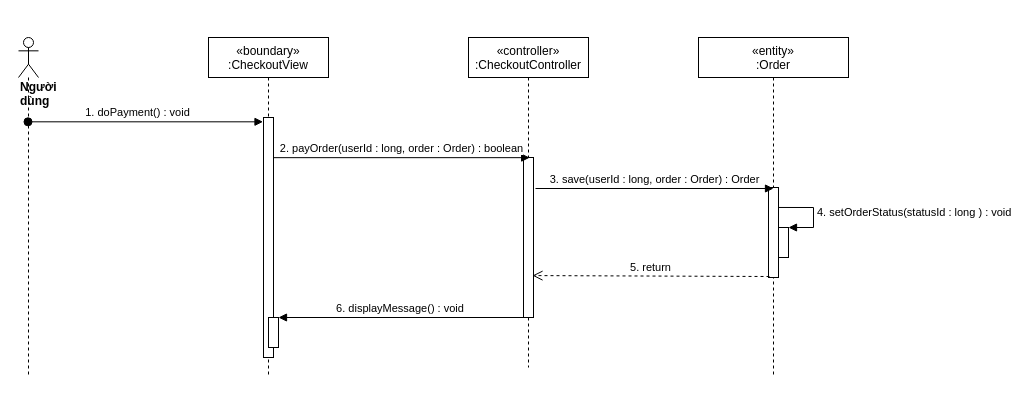
This is sequence diagram/checkout-sequence (1).drawio from nguyenphamvan/datn_20202, a draw.io file, before an edit. Source tidied: cells renumbered, new cells numbered last; positions are measured from the earlier drawing's top-left corner, leaving out a move shared by most shapes. Both pictures are drawn from the tidied source at 100%, with x=0, y=0 at pixel (18, 37).
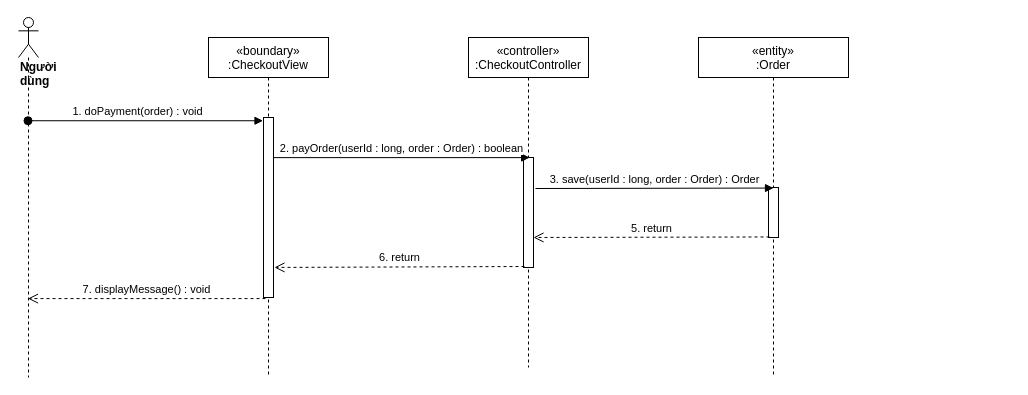
Above is the later version.

Change to the diagram source:
```diff
@@
 <mxGraphModel>
   <root>
     <mxCell id="0" />
     <mxCell id="1" parent="0" />
     <mxCell id="2" value="«boundary»&#10;:CheckoutView" style="shape=umlLifeline;perimeter=lifelinePerimeter;rounded=0;shadow=0;strokeWidth=1;" parent="1" vertex="1">
       <mxGeometry x="190" width="120" height="340" as="geometry" />
     </mxCell>
     <mxCell id="3" style="points=[];perimeter=orthogonalPerimeter;rounded=0;shadow=0;strokeWidth=1;" parent="2" vertex="1">
-      <mxGeometry x="55" y="80" width="10" height="240" as="geometry" />
+      <mxGeometry x="55" y="80" width="10" height="180" as="geometry" />
     </mxCell>
-    <mxCell id="4" style="html=1;points=[];perimeter=orthogonalPerimeter;" parent="2" vertex="1">
-      <mxGeometry x="60" y="280" width="10" height="30" as="geometry" />
-    </mxCell>
     <mxCell id="5" value="«controller»&#10;:CheckoutController" style="shape=umlLifeline;perimeter=lifelinePerimeter;rounded=0;shadow=0;strokeWidth=1;" parent="1" vertex="1">
       <mxGeometry x="450" width="120" height="330" as="geometry" />
     </mxCell>
     <mxCell id="6" style="points=[];perimeter=orthogonalPerimeter;rounded=0;shadow=0;strokeWidth=1;" parent="5" vertex="1">
-      <mxGeometry x="55" y="120" width="10" height="160" as="geometry" />
+      <mxGeometry x="55" y="120" width="10" height="110" as="geometry" />
     </mxCell>
     <mxCell id="7" value="&lt;div&gt;&lt;b&gt;Người dùng&lt;/b&gt;&lt;/div&gt;" style="shape=umlLifeline;participant=umlActor;perimeter=lifelinePerimeter;whiteSpace=wrap;html=1;verticalAlign=top;spacingTop=36;outlineConnect=0;align=left;" parent="1" vertex="1">
-      <mxGeometry width="20" height="340" as="geometry" />
+      <mxGeometry y="-20" width="20" height="360" as="geometry" />
     </mxCell>
-    <mxCell id="8" value="1. doPayment() : void" style="verticalAlign=bottom;startArrow=oval;endArrow=block;startSize=8;shadow=0;strokeWidth=1;entryX=-0.05;entryY=0.018;entryDx=0;entryDy=0;entryPerimeter=0;" parent="1" edge="1" source="7" target="3">
+    <mxCell id="8" value="1. doPayment(order) : void" style="verticalAlign=bottom;startArrow=oval;endArrow=block;startSize=8;shadow=0;strokeWidth=1;entryX=-0.05;entryY=0.018;entryDx=0;entryDy=0;entryPerimeter=0;" parent="1" edge="1" source="7" target="3">
       <mxGeometry x="-0.06" relative="1" as="geometry" />
     </mxCell>
     <mxCell id="9" value="2. payOrder(userId : long, order : Order) : boolean" style="html=1;verticalAlign=bottom;endArrow=block;entryX=0.617;entryY=0.001;entryDx=0;entryDy=0;entryPerimeter=0;" parent="1" edge="1" source="3" target="6">
       <mxGeometry relative="1" as="geometry" />
     </mxCell>
     <mxCell id="10" value="«entity»&#10;:Order" style="shape=umlLifeline;perimeter=lifelinePerimeter;rounded=0;shadow=0;strokeWidth=1;" parent="1" vertex="1">
       <mxGeometry x="680" width="150" height="340" as="geometry" />
     </mxCell>
     <mxCell id="11" style="points=[];perimeter=orthogonalPerimeter;rounded=0;shadow=0;strokeWidth=1;" parent="10" vertex="1">
-      <mxGeometry x="70" y="150" width="10" height="90" as="geometry" />
+      <mxGeometry x="70" y="150" width="10" height="50" as="geometry" />
     </mxCell>
-    <mxCell id="12" value="6. displayMessage() : void" style="verticalAlign=bottom;endArrow=block;shadow=0;strokeWidth=1;" parent="1" edge="1" source="6" target="4">
-      <mxGeometry relative="1" as="geometry" />
-    </mxCell>
     <mxCell id="13" value="3. save(userId : long, order : Order) : Order" style="html=1;verticalAlign=bottom;endArrow=block;entryX=0.5;entryY=0.011;entryDx=0;entryDy=0;entryPerimeter=0;" parent="1" edge="1" target="11">
       <mxGeometry relative="1" as="geometry">
         <mxPoint x="517" y="151" as="sourcePoint" />
       </mxGeometry>
     </mxCell>
-    <mxCell id="14" style="html=1;points=[];perimeter=orthogonalPerimeter;" parent="1" vertex="1">
-      <mxGeometry x="760" y="190" width="10" height="30" as="geometry" />
-    </mxCell>
-    <mxCell id="15" value="4. setOrderStatus(statusId : long ) : void" style="edgeStyle=orthogonalEdgeStyle;html=1;align=left;spacingLeft=2;endArrow=block;rounded=0;entryX=1;entryY=0;exitX=1;exitY=0.222;exitDx=0;exitDy=0;exitPerimeter=0;" parent="1" edge="1" source="11" target="14">
-      <mxGeometry relative="1" as="geometry">
-        <Array as="points">
-          <mxPoint x="795" y="170" />
-          <mxPoint x="795" y="190" />
-        </Array>
-      </mxGeometry>
-    </mxCell>
-    <mxCell id="16" value="5. return" style="html=1;verticalAlign=bottom;endArrow=open;dashed=1;endSize=8;exitX=0.1;exitY=0.989;exitDx=0;exitDy=0;exitPerimeter=0;entryX=0.9;entryY=0.738;entryDx=0;entryDy=0;entryPerimeter=0;" parent="1" edge="1" source="11" target="6">
+    <mxCell id="16" value="5. return" style="html=1;verticalAlign=bottom;endArrow=open;dashed=1;endSize=8;exitX=0.1;exitY=0.989;exitDx=0;exitDy=0;exitPerimeter=0;entryX=1;entryY=0.727;entryDx=0;entryDy=0;entryPerimeter=0;" parent="1" edge="1" source="11" target="6">
       <mxGeometry relative="1" as="geometry" />
     </mxCell>
+    <mxCell id="17" value="7. displayMessage() : void" style="html=1;verticalAlign=bottom;endArrow=open;dashed=1;endSize=8;exitX=0.2;exitY=1.006;exitDx=0;exitDy=0;exitPerimeter=0;" parent="1" edge="1" source="3" target="7">
+      <mxGeometry relative="1" as="geometry" />
+    </mxCell>
+    <mxCell id="18" value="6. return" style="html=1;verticalAlign=bottom;endArrow=open;dashed=1;endSize=8;exitX=0.1;exitY=0.991;exitDx=0;exitDy=0;exitPerimeter=0;entryX=1.1;entryY=0.833;entryDx=0;entryDy=0;entryPerimeter=0;" parent="1" edge="1" source="6" target="3">
+      <mxGeometry relative="1" as="geometry" />
+    </mxCell>
   </root>
 </mxGraphModel>
```
